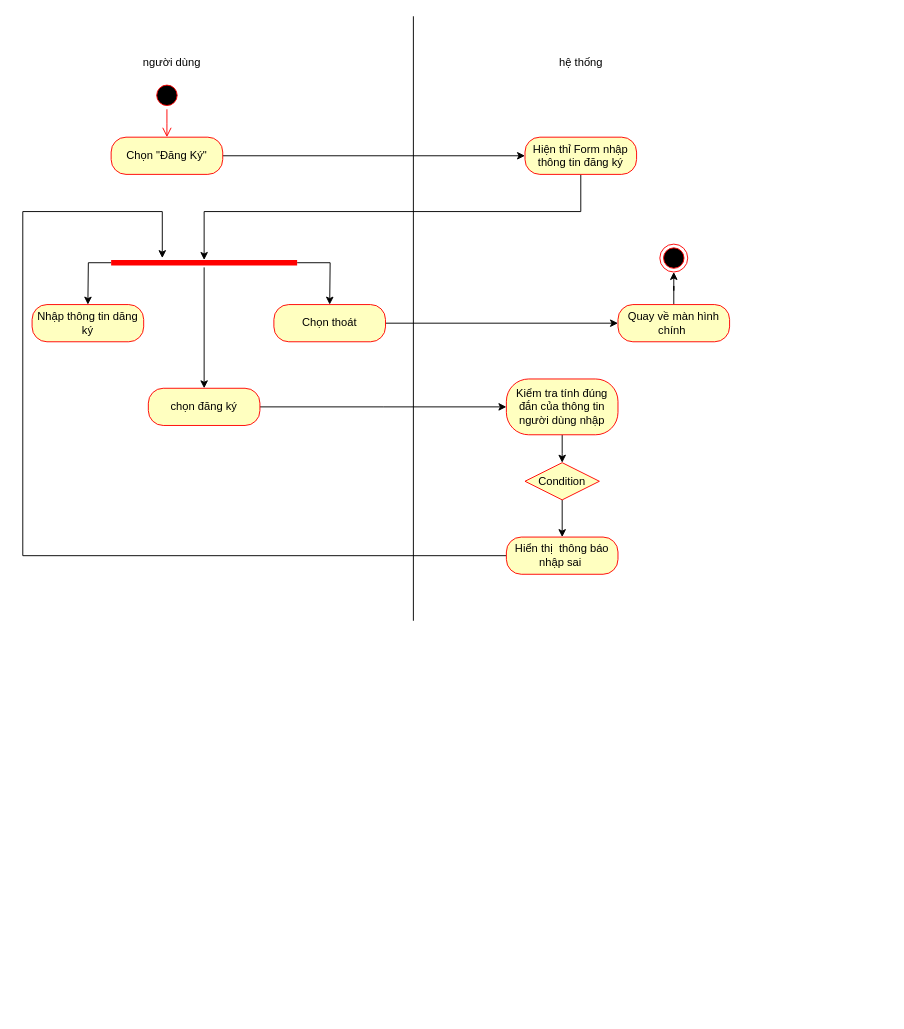
The draw.io diagram page "Đăng Ký" (21 of 29) of Untitled Diagram.drawio in sonha1/aaaa, before the edit. Source tidied: cells renumbered, new cells numbered last; positions are measured from the earlier drawing's top-left corner, leaving out a move shared by most shapes. Both pictures are drawn from the tidied source at 93%, with x=0, y=0 at pixel (22, 16).
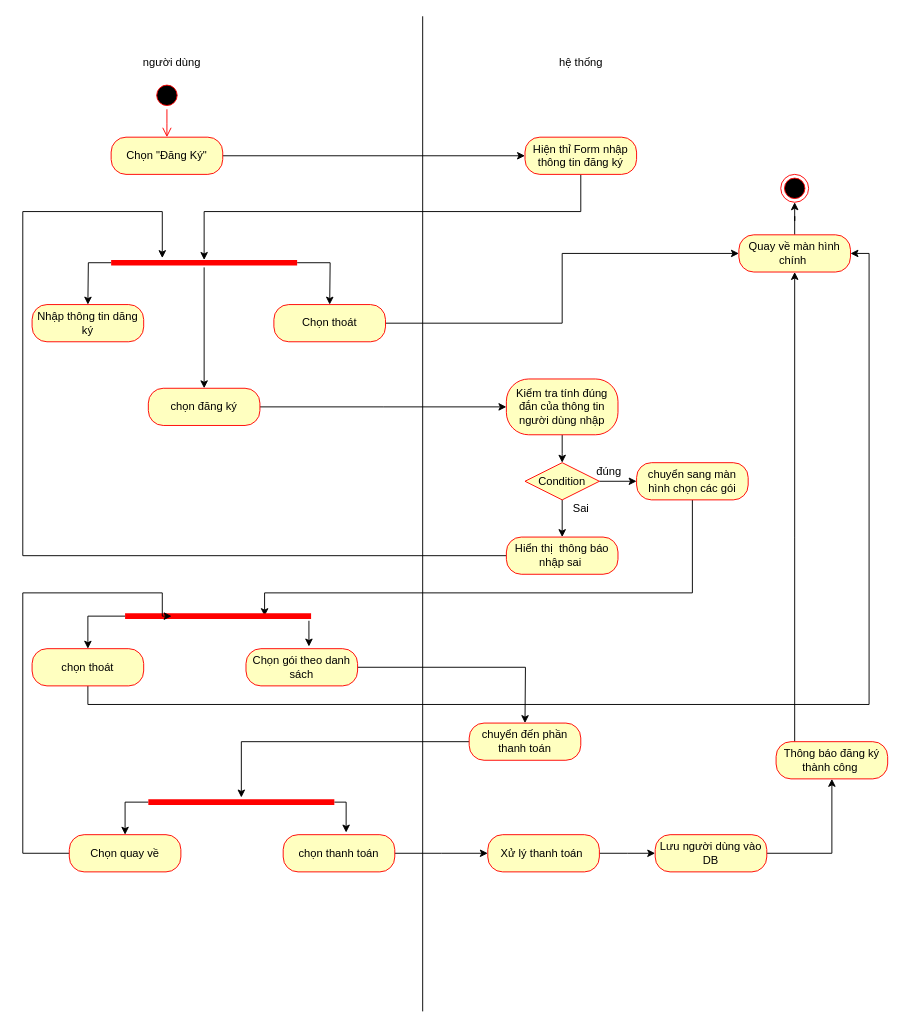
The same page after the edit.

Unchanged cells that the change refers to:
```xml
<mxCell id="26" value="Condition" style="rhombus;whiteSpace=wrap;html=1;fillColor=#ffffc0;strokeColor=#ff0000;" parent="1" vertex="1">
  <mxGeometry x="540" y="480" width="80" height="40" as="geometry" />
</mxCell>
```

What changed in the source:
```diff
@@
     <mxCell id="4" style="endArrow=none;html=1;edgeStyle=orthogonalEdgeStyle;rounded=0;" parent="1" edge="1">
       <mxGeometry relative="1" as="geometry">
-        <mxPoint x="420" y="650" as="sourcePoint" />
-        <mxPoint x="420" as="targetPoint" />
+        <mxPoint x="430" y="1070" as="sourcePoint" />
+        <mxPoint x="430" as="targetPoint" />
         <Array as="points">
-          <mxPoint x="420" />
+          <mxPoint x="430" />
         </Array>
       </mxGeometry>
     </mxCell>
@@
     <mxCell id="17" value="Quay về màn hình chính&amp;nbsp;" style="rounded=1;whiteSpace=wrap;html=1;arcSize=40;fontColor=#000000;fillColor=#ffffc0;strokeColor=#ff0000;" parent="1" vertex="1">
-      <mxGeometry x="640" y="310" width="120" height="40" as="geometry" />
+      <mxGeometry x="770" y="235" width="120" height="40" as="geometry" />
     </mxCell>
@@
     <mxCell id="20" style="ellipse;html=1;shape=endState;fillColor=#000000;strokeColor=#ff0000;" parent="1" vertex="1">
-      <mxGeometry x="685" y="245" width="30" height="30" as="geometry" />
+      <mxGeometry x="815" y="170" width="30" height="30" as="geometry" />
     </mxCell>
@@
+    <mxCell id="29" style="edgeStyle=orthogonalEdgeStyle;rounded=0;jettySize=auto;html=1;" parent="1" edge="1" source="26" target="32">
+      <mxGeometry relative="1" as="geometry" />
+    </mxCell>
@@
+    <mxCell id="30" value="Sai" style="text;html=1;align=center;verticalAlign=middle;strokeColor=none;fillColor=none;" parent="1" vertex="1">
+      <mxGeometry x="585" y="520" width="30" height="20" as="geometry" />
+    </mxCell>
+    <mxCell id="31" style="edgeStyle=orthogonalEdgeStyle;rounded=0;jettySize=auto;html=1;entryX=0.75;entryY=0.5;entryDx=0;entryDy=0;entryPerimeter=0;" parent="1" edge="1" source="32" target="36">
+      <mxGeometry relative="1" as="geometry">
+        <Array as="points">
+          <mxPoint x="720" y="620" />
+          <mxPoint x="260" y="620" />
+        </Array>
+      </mxGeometry>
+    </mxCell>
+    <mxCell id="32" value="chuyển sang màn hình chọn các gói" style="rounded=1;whiteSpace=wrap;html=1;arcSize=40;fontColor=#000000;fillColor=#ffffc0;strokeColor=#ff0000;" parent="1" vertex="1">
+      <mxGeometry x="660" y="480" width="120" height="40" as="geometry" />
+    </mxCell>
+    <mxCell id="33" value="đúng" style="text;html=1;align=center;verticalAlign=middle;strokeColor=none;fillColor=none;" parent="1" vertex="1">
+      <mxGeometry x="610" y="480" width="40" height="20" as="geometry" />
+    </mxCell>
+    <mxCell id="34" style="edgeStyle=orthogonalEdgeStyle;rounded=0;jettySize=auto;html=1;" parent="1" edge="1" source="36" target="38">
+      <mxGeometry relative="1" as="geometry">
+        <Array as="points">
+          <mxPoint x="70" y="645" />
+        </Array>
+      </mxGeometry>
+    </mxCell>
+    <mxCell id="35" style="edgeStyle=orthogonalEdgeStyle;rounded=0;jettySize=auto;html=1;entryX=0.564;entryY=-0.058;entryDx=0;entryDy=0;entryPerimeter=0;" parent="1" edge="1" source="36" target="40">
+      <mxGeometry relative="1" as="geometry">
+        <Array as="points">
+          <mxPoint x="308" y="645" />
+        </Array>
+      </mxGeometry>
+    </mxCell>
+    <mxCell id="36" style="shape=line;html=1;strokeWidth=6;strokeColor=#ff0000;" parent="1" vertex="1">
+      <mxGeometry x="110" y="640" width="200" height="10" as="geometry" />
+    </mxCell>
+    <mxCell id="37" style="edgeStyle=orthogonalEdgeStyle;rounded=0;jettySize=auto;html=1;entryX=1;entryY=0.5;entryDx=0;entryDy=0;" parent="1" edge="1" source="38" target="17">
+      <mxGeometry relative="1" as="geometry">
+        <Array as="points">
+          <mxPoint x="70" y="740" />
+          <mxPoint x="910" y="740" />
+          <mxPoint x="910" y="255" />
+        </Array>
+      </mxGeometry>
+    </mxCell>
+    <mxCell id="38" value="chọn thoát" style="rounded=1;whiteSpace=wrap;html=1;arcSize=40;fontColor=#000000;fillColor=#ffffc0;strokeColor=#ff0000;" parent="1" vertex="1">
+      <mxGeometry x="10" y="680" width="120" height="40" as="geometry" />
+    </mxCell>
+    <mxCell id="39" style="edgeStyle=orthogonalEdgeStyle;rounded=0;jettySize=auto;html=1;" parent="1" edge="1" source="40">
+      <mxGeometry relative="1" as="geometry">
+        <mxPoint x="540" y="760" as="targetPoint" />
+      </mxGeometry>
+    </mxCell>
+    <mxCell id="40" value="Chọn gói theo danh sách" style="rounded=1;whiteSpace=wrap;html=1;arcSize=40;fontColor=#000000;fillColor=#ffffc0;strokeColor=#ff0000;" parent="1" vertex="1">
+      <mxGeometry x="240" y="680" width="120" height="40" as="geometry" />
+    </mxCell>
+    <mxCell id="41" style="edgeStyle=orthogonalEdgeStyle;rounded=0;jettySize=auto;html=1;" parent="1" edge="1" source="42" target="45">
+      <mxGeometry relative="1" as="geometry" />
+    </mxCell>
+    <mxCell id="42" value="chuyển đến phần thanh toán" style="rounded=1;whiteSpace=wrap;html=1;arcSize=40;fontColor=#000000;fillColor=#ffffc0;strokeColor=#ff0000;" parent="1" vertex="1">
+      <mxGeometry x="480" y="760" width="120" height="40" as="geometry" />
+    </mxCell>
+    <mxCell id="43" style="edgeStyle=orthogonalEdgeStyle;rounded=0;jettySize=auto;html=1;" parent="1" edge="1" source="45" target="47">
+      <mxGeometry relative="1" as="geometry">
+        <Array as="points">
+          <mxPoint x="110" y="845" />
+        </Array>
+      </mxGeometry>
+    </mxCell>
+    <mxCell id="44" style="edgeStyle=orthogonalEdgeStyle;rounded=0;jettySize=auto;html=1;entryX=0.564;entryY=-0.058;entryDx=0;entryDy=0;entryPerimeter=0;" parent="1" edge="1" source="45" target="49">
+      <mxGeometry relative="1" as="geometry">
+        <Array as="points">
+          <mxPoint x="348" y="845" />
+        </Array>
+      </mxGeometry>
+    </mxCell>
+    <mxCell id="45" style="shape=line;html=1;strokeWidth=6;strokeColor=#ff0000;" parent="1" vertex="1">
+      <mxGeometry x="135" y="840" width="200" height="10" as="geometry" />
+    </mxCell>
+    <mxCell id="46" style="edgeStyle=orthogonalEdgeStyle;rounded=0;jettySize=auto;html=1;entryX=0.25;entryY=0.5;entryDx=0;entryDy=0;entryPerimeter=0;" parent="1" edge="1" source="47" target="36">
+      <mxGeometry relative="1" as="geometry">
+        <Array as="points">
+          <mxPoint y="900" />
+          <mxPoint y="620" />
+          <mxPoint x="150" y="620" />
+        </Array>
+      </mxGeometry>
+    </mxCell>
+    <mxCell id="47" value="Chọn quay về" style="rounded=1;whiteSpace=wrap;html=1;arcSize=40;fontColor=#000000;fillColor=#ffffc0;strokeColor=#ff0000;" parent="1" vertex="1">
+      <mxGeometry x="50" y="880" width="120" height="40" as="geometry" />
+    </mxCell>
+    <mxCell id="48" style="edgeStyle=orthogonalEdgeStyle;rounded=0;jettySize=auto;html=1;" parent="1" edge="1" source="49">
+      <mxGeometry relative="1" as="geometry">
+        <mxPoint x="500" y="900" as="targetPoint" />
+      </mxGeometry>
+    </mxCell>
+    <mxCell id="49" value="chọn thanh toán" style="rounded=1;whiteSpace=wrap;html=1;arcSize=40;fontColor=#000000;fillColor=#ffffc0;strokeColor=#ff0000;" parent="1" vertex="1">
+      <mxGeometry x="280" y="880" width="120" height="40" as="geometry" />
+    </mxCell>
+    <mxCell id="50" style="edgeStyle=orthogonalEdgeStyle;rounded=0;jettySize=auto;html=1;" parent="1" edge="1" source="51">
+      <mxGeometry relative="1" as="geometry">
+        <mxPoint x="680" y="900" as="targetPoint" />
+      </mxGeometry>
+    </mxCell>
+    <mxCell id="51" value="Xử lý thanh toán&amp;nbsp;" style="rounded=1;whiteSpace=wrap;html=1;arcSize=40;fontColor=#000000;fillColor=#ffffc0;strokeColor=#ff0000;" parent="1" vertex="1">
+      <mxGeometry x="500" y="880" width="120" height="40" as="geometry" />
+    </mxCell>
+    <mxCell id="52" style="edgeStyle=orthogonalEdgeStyle;rounded=0;jettySize=auto;html=1;" parent="1" edge="1" source="53" target="55">
+      <mxGeometry relative="1" as="geometry" />
+    </mxCell>
+    <mxCell id="53" value="Lưu người dùng vào DB" style="rounded=1;whiteSpace=wrap;html=1;arcSize=40;fontColor=#000000;fillColor=#ffffc0;strokeColor=#ff0000;" parent="1" vertex="1">
+      <mxGeometry x="680" y="880" width="120" height="40" as="geometry" />
+    </mxCell>
+    <mxCell id="54" style="edgeStyle=orthogonalEdgeStyle;rounded=0;jettySize=auto;html=1;entryX=0.5;entryY=1;entryDx=0;entryDy=0;" parent="1" edge="1" source="55" target="17">
+      <mxGeometry relative="1" as="geometry">
+        <Array as="points">
+          <mxPoint x="830" y="560" />
+          <mxPoint x="830" y="560" />
+        </Array>
+      </mxGeometry>
+    </mxCell>
+    <mxCell id="55" value="Thông báo đăng ký thành công&amp;nbsp;" style="rounded=1;whiteSpace=wrap;html=1;arcSize=40;fontColor=#000000;fillColor=#ffffc0;strokeColor=#ff0000;" parent="1" vertex="1">
+      <mxGeometry x="810" y="780" width="120" height="40" as="geometry" />
+    </mxCell>
```
